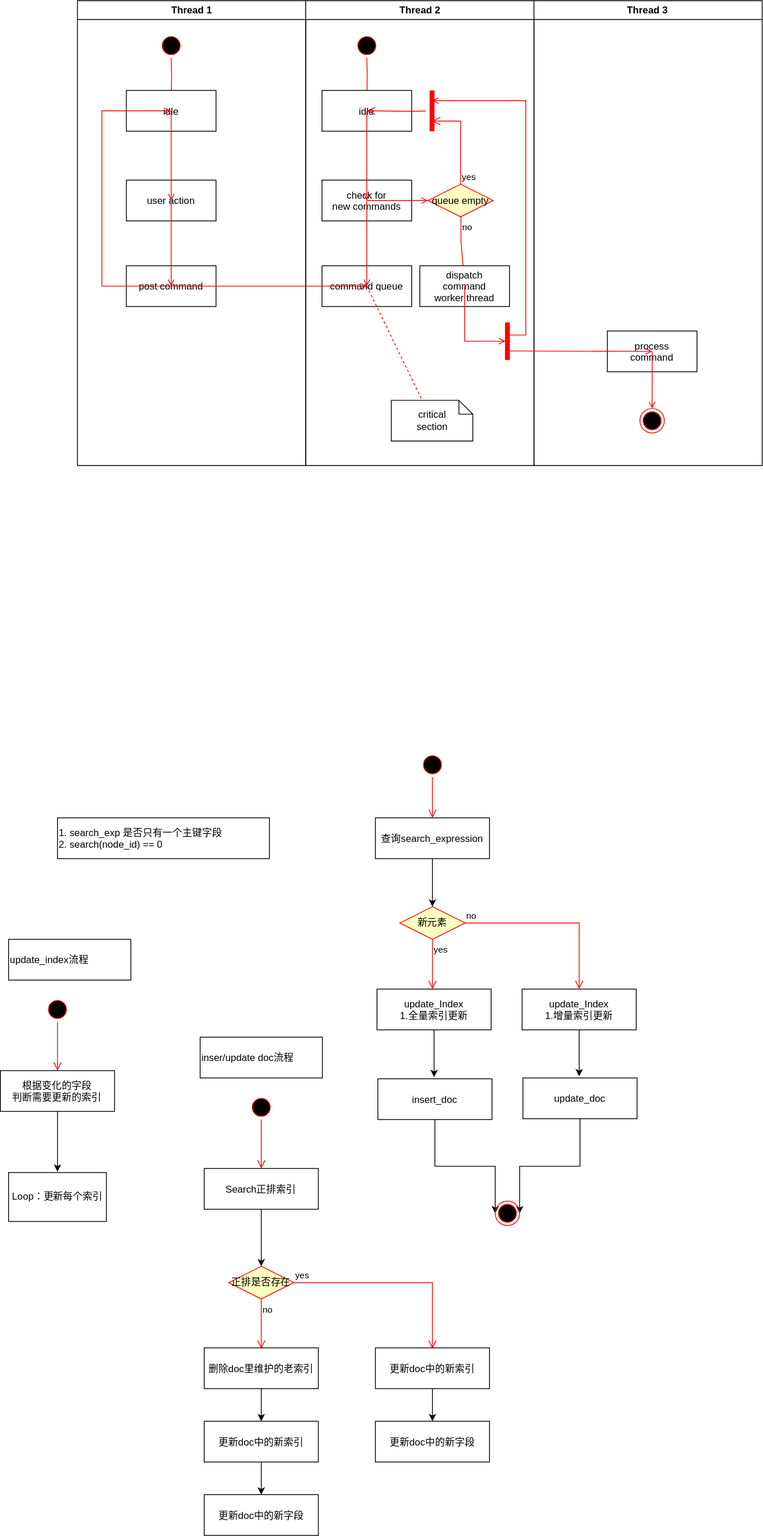
Before: update接口流程图.drawio.svg, a diagram exported from draw.io (gaochenxi/drawio). Source tidied: cells renumbered, new cells last; positions are measured from the earlier drawing's top-left corner, leaving out a move shared by most shapes.
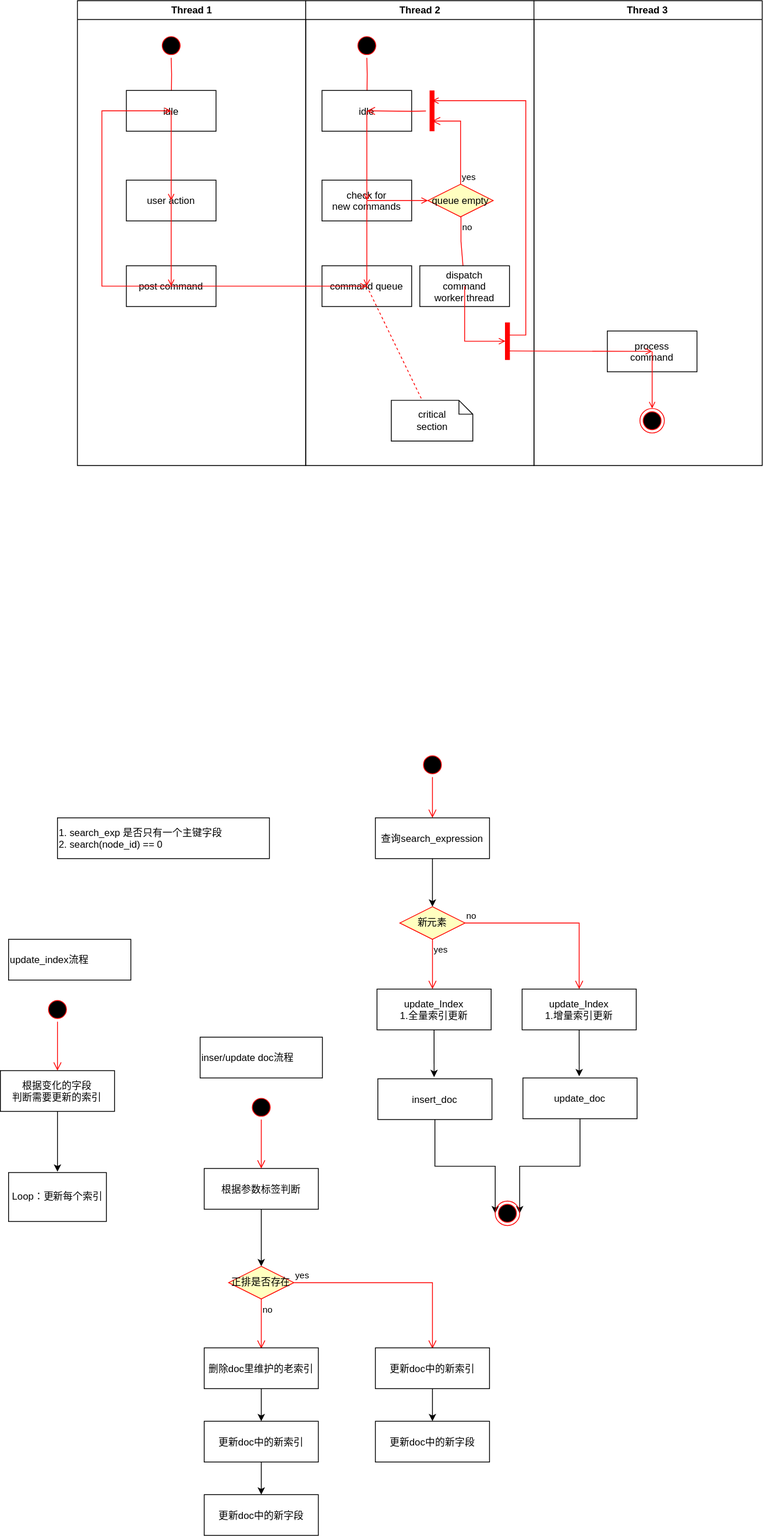
Above is the later version.

Commit message:
更新update接口流程图.drawio.svg

Diff of the diagram source:
```diff
@@ -194,7 +194,7 @@
     <mxCell id="58" style="edgeStyle=orthogonalEdgeStyle;rounded=0;jettySize=auto;html=1;entryX=0.5;entryY=0;entryDx=0;entryDy=0;" parent="1" edge="1" source="59" target="62">
       <mxGeometry relative="1" as="geometry" />
     </mxCell>
-    <mxCell id="59" value="Search正排索引" style="align=center;" parent="1" vertex="1">
+    <mxCell id="59" value="根据参数标签判断" style="align=center;" parent="1" vertex="1">
       <mxGeometry x="250" y="1432" width="140" height="50" as="geometry" />
     </mxCell>
     <mxCell id="60" style="ellipse;html=1;shape=startState;fillColor=#000000;strokeColor=#ff0000;" parent="1" vertex="1">
```
